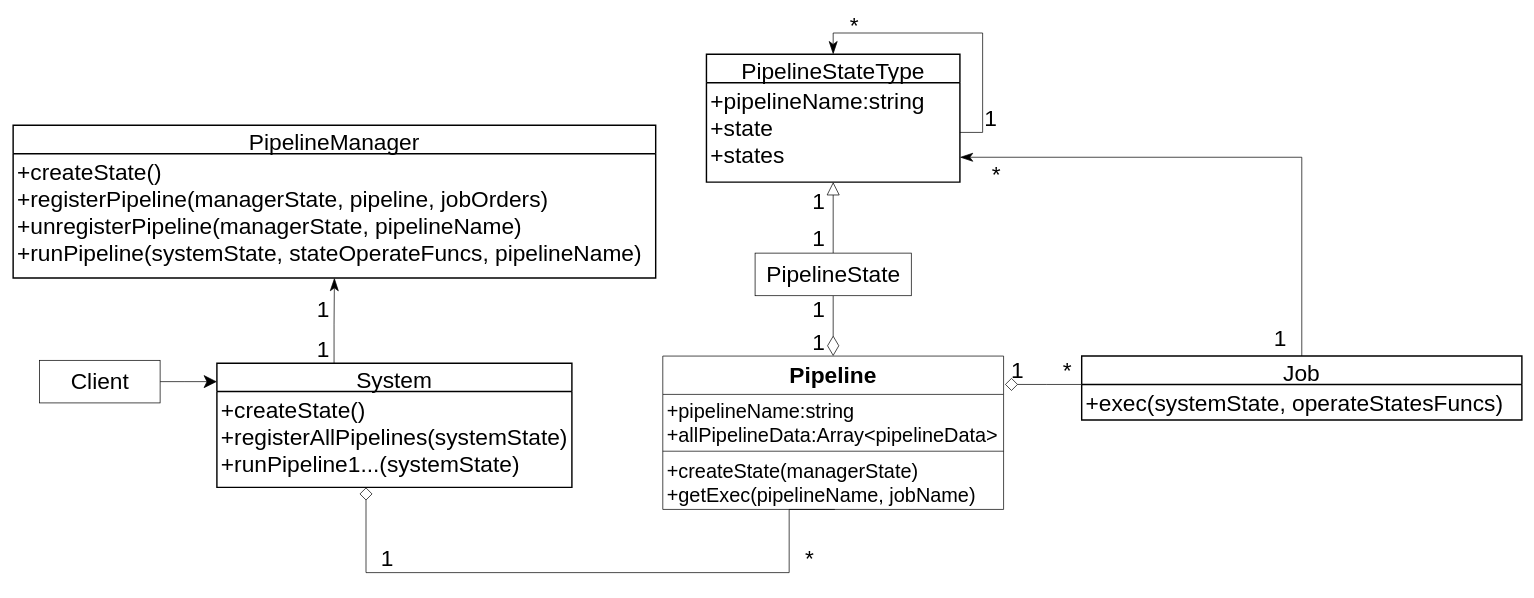
The draw.io diagram packages/管道模式/role_abstract/UML.drawio in yyc-git/3DProgramPattern, before the edit. Source tidied: cells renumbered, new cells numbered last; positions are measured from the earlier drawing's top-left corner, leaving out a move shared by most shapes. Both pictures are drawn from the tidied source at 71%, with x=0, y=0 at pixel (13, 18).
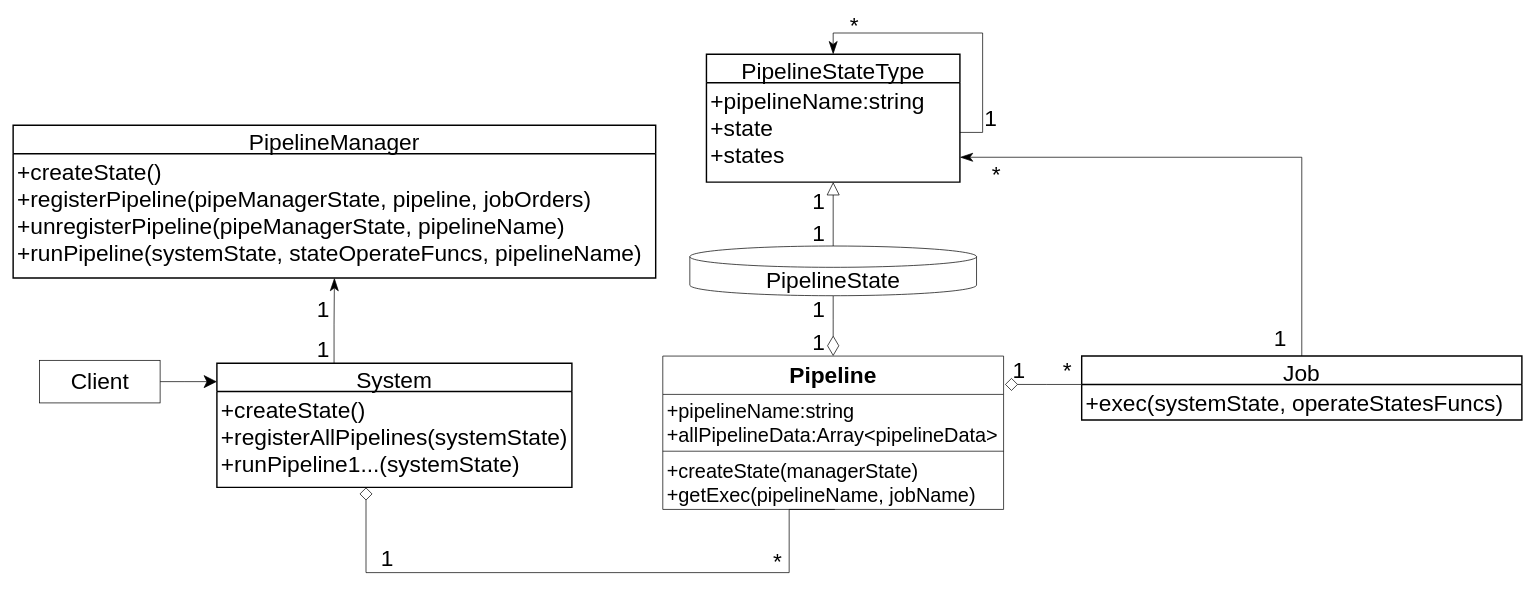
The same page after the edit.

Unchanged cells that the change refers to:
```xml
<mxCell id="6" value="PipelineManager" style="swimlane;horizontal=1;startSize=40;rounded=0;fontSize=32;fontStyle=0;strokeWidth=2;shadow=0;dashed=0;align=center;" parent="1" vertex="1">
  <mxGeometry y="150" width="905" height="215" as="geometry" />
</mxCell>
<mxCell id="11" value="Pipeline" style="swimlane;fontStyle=1;align=center;verticalAlign=top;horizontal=1;startSize=54;fontSize=32;" parent="1" vertex="1">
  <mxGeometry x="915" y="475" width="480" height="216" as="geometry" />
</mxCell>
<mxCell id="24" value="+pipelineName:string&#10;+state&#10;+states" style="align=left;strokeColor=none;fillColor=none;spacingLeft=4;fontSize=32;verticalAlign=top;" parent="22" vertex="1">
  <mxGeometry y="40" width="357" height="140" as="geometry" />
</mxCell>
```

Change to the diagram source:
```diff
@@
-    <mxCell id="7" value="+createState()&#10;+registerPipeline(managerState, pipeline, jobOrders)&#10;+unregisterPipeline(managerState, pipelineName)&#10;+runPipeline(systemState, stateOperateFuncs, pipelineName)" style="align=left;strokeColor=none;fillColor=none;spacingLeft=4;fontSize=32;verticalAlign=top;" parent="6" vertex="1">
+    <mxCell id="7" value="+createState()&#10;+registerPipeline(pipeManagerState, pipeline, jobOrders)&#10;+unregisterPipeline(pipeManagerState, pipelineName)&#10;+runPipeline(systemState, stateOperateFuncs, pipelineName)" style="align=left;strokeColor=none;fillColor=none;spacingLeft=4;fontSize=32;verticalAlign=top;" parent="6" vertex="1">
       <mxGeometry y="40" width="905" height="175" as="geometry" />
     </mxCell>
     <mxCell id="8" value="&lt;font style=&quot;font-size: 32px&quot;&gt;1&lt;/font&gt;" style="text;html=1;strokeColor=none;fillColor=none;align=center;verticalAlign=middle;whiteSpace=wrap;rounded=0;" parent="1" vertex="1">
-      <mxGeometry x="1395" y="485" width="40" height="20" as="geometry" />
+      <mxGeometry x="1397" y="485" width="40" height="20" as="geometry" />
     </mxCell>
@@
-    <mxCell id="10" style="edgeStyle=orthogonalEdgeStyle;rounded=0;jettySize=auto;html=1;startArrow=diamondThin;startFill=0;endArrow=none;endFill=0;endSize=26;startSize=26;" parent="1" edge="1" source="11" target="35">
-      <mxGeometry relative="1" as="geometry" />
+    <mxCell id="10" style="edgeStyle=orthogonalEdgeStyle;rounded=0;jettySize=auto;html=1;startArrow=diamondThin;startFill=0;endArrow=none;endFill=0;endSize=26;startSize=26;" parent="1" edge="1" source="11">
+      <mxGeometry relative="1" as="geometry">
+        <mxPoint x="1155" y="390" as="targetPoint" />
+      </mxGeometry>
     </mxCell>
@@
     <mxCell id="26" value="&lt;font style=&quot;font-size: 32px&quot;&gt;*&lt;/font&gt;" style="text;html=1;strokeColor=none;fillColor=none;align=center;verticalAlign=middle;whiteSpace=wrap;rounded=0;fontSize=28;" parent="1" vertex="1">
-      <mxGeometry x="1102" y="750" width="40" height="20" as="geometry" />
+      <mxGeometry x="1057" y="760" width="40" height="10" as="geometry" />
     </mxCell>
@@
-    <mxCell id="34" style="edgeStyle=orthogonalEdgeStyle;rounded=0;jettySize=auto;html=1;endArrow=block;endFill=0;endSize=16;startSize=16;" parent="1" edge="1" source="35" target="24">
+    <mxCell id="34" style="edgeStyle=orthogonalEdgeStyle;rounded=0;jettySize=auto;html=1;endArrow=block;endFill=0;endSize=16;startSize=16;exitX=0.5;exitY=0;exitDx=0;exitDy=0;exitPerimeter=0;" parent="1" edge="1" source="35" target="24">
       <mxGeometry relative="1" as="geometry" />
     </mxCell>
-    <mxCell id="35" value="PipelineState" style="html=1;fontSize=32;" parent="1" vertex="1">
-      <mxGeometry x="1045" y="330" width="220" height="60" as="geometry" />
-    </mxCell>
     <mxCell id="36" value="&lt;font style=&quot;font-size: 32px&quot;&gt;1&lt;/font&gt;" style="text;html=1;strokeColor=none;fillColor=none;align=center;verticalAlign=middle;whiteSpace=wrap;rounded=0;fontSize=28;" parent="1" vertex="1">
-      <mxGeometry x="1115" y="300" width="40" height="20" as="geometry" />
+      <mxGeometry x="1115" y="292" width="40" height="20" as="geometry" />
     </mxCell>
@@
+    <mxCell id="35" value="&lt;span style=&quot;font-size: 32px&quot;&gt;PipelineState&lt;/span&gt;" style="shape=cylinder3;whiteSpace=wrap;html=1;boundedLbl=1;backgroundOutline=1;size=15;" parent="1" vertex="1">
+      <mxGeometry x="953.1" y="320" width="403.8" height="70" as="geometry" />
+    </mxCell>
```
